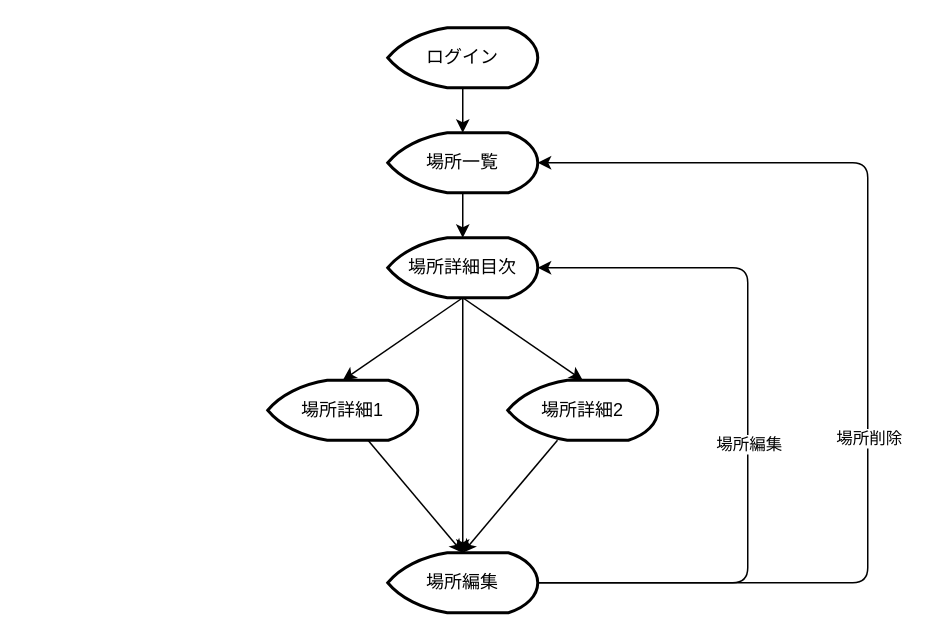
The draw.io diagram doc/画面遷移.drawio in TaisukeNakahira/Application, before the edit. Source tidied: cells renumbered, new cells numbered last; positions are measured from the earlier drawing's top-left corner, leaving out a move shared by most shapes. Both pictures are drawn from the tidied source at 150%, with x=0, y=0 at pixel (267, 27).
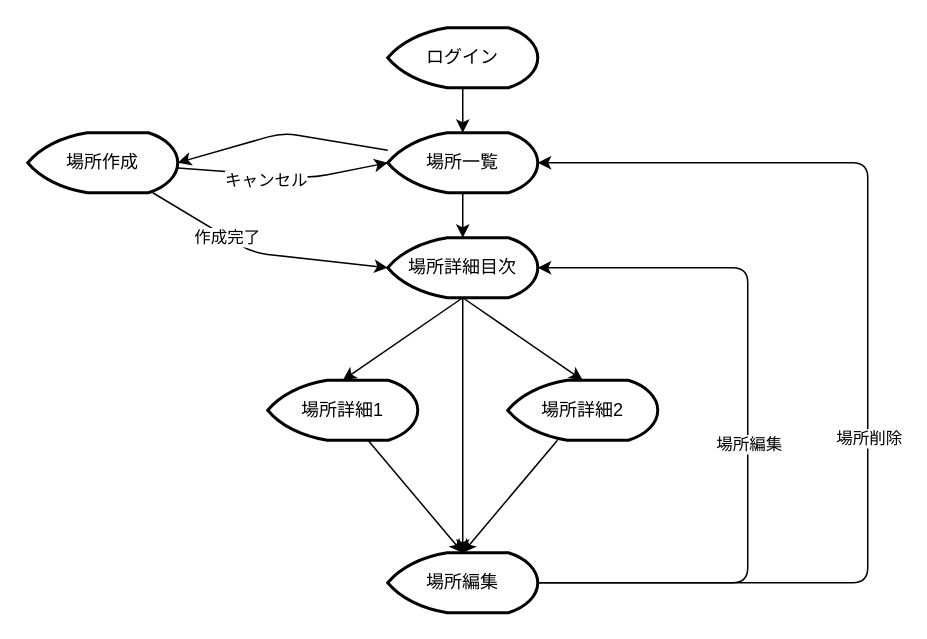
Above is the later version.

The change refers to these unchanged cells:
```xml
<mxCell id="4" value="場所一覧" style="strokeWidth=2;html=1;shape=mxgraph.flowchart.display;whiteSpace=wrap;" parent="1" vertex="1">
  <mxGeometry x="80" y="70" width="100" height="40" as="geometry" />
</mxCell>
<mxCell id="6" value="場所詳細目次" style="strokeWidth=2;html=1;shape=mxgraph.flowchart.display;whiteSpace=wrap;" parent="1" vertex="1">
  <mxGeometry x="80" y="140" width="100" height="40" as="geometry" />
</mxCell>
```

What changed in the source:
```diff
@@
+    <mxCell id="19" style="edgeStyle=none;html=1;entryX=1;entryY=0.5;entryDx=0;entryDy=0;entryPerimeter=0;" parent="1" edge="1" source="4" target="24">
+      <mxGeometry relative="1" as="geometry">
+        <Array as="points">
+          <mxPoint x="10" y="70" />
+        </Array>
+      </mxGeometry>
+    </mxCell>
@@
+    <mxCell id="20" style="edgeStyle=none;html=1;entryX=0;entryY=0.5;entryDx=0;entryDy=0;entryPerimeter=0;" parent="1" edge="1" source="24" target="4">
+      <mxGeometry relative="1" as="geometry">
+        <Array as="points">
+          <mxPoint x="30" y="100" />
+        </Array>
+      </mxGeometry>
+    </mxCell>
+    <mxCell id="21" value="キャンセル" style="edgeLabel;html=1;align=center;verticalAlign=middle;" parent="20" vertex="1">
+      <mxGeometry x="-0.16" y="-4" relative="1" as="geometry" />
+    </mxCell>
+    <mxCell id="22" style="edgeStyle=none;html=1;entryX=0;entryY=0.5;entryDx=0;entryDy=0;entryPerimeter=0;" parent="1" edge="1" source="24" target="6">
+      <mxGeometry relative="1" as="geometry">
+        <Array as="points">
+          <mxPoint x="-10" y="150" />
+        </Array>
+      </mxGeometry>
+    </mxCell>
+    <mxCell id="23" value="作成完了" style="edgeLabel;html=1;align=center;verticalAlign=middle;" parent="22" vertex="1">
+      <mxGeometry x="-0.32" relative="1" as="geometry" />
+    </mxCell>
+    <mxCell id="24" value="場所作成" style="strokeWidth=2;html=1;shape=mxgraph.flowchart.display;whiteSpace=wrap;" parent="1" vertex="1">
+      <mxGeometry x="-160" y="70" width="100" height="40" as="geometry" />
+    </mxCell>
```
